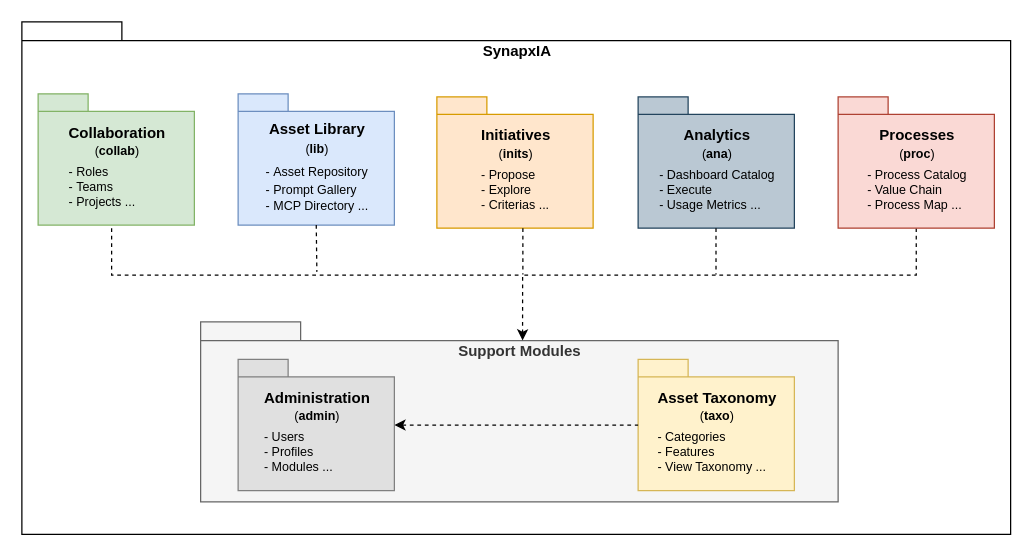
abc-flex/synapxia keeps this draw.io diagram as page "SynapxIA" (1 of 8) of docs/models.drawio. Above is the earlier version. Source tidied: cells renumbered, new cells numbered last; positions are measured from the earlier drawing's top-left corner, leaving out a move shared by most shapes. Both pictures are drawn from the tidied source at 125%, with x=0, y=0 at pixel (21, 21).
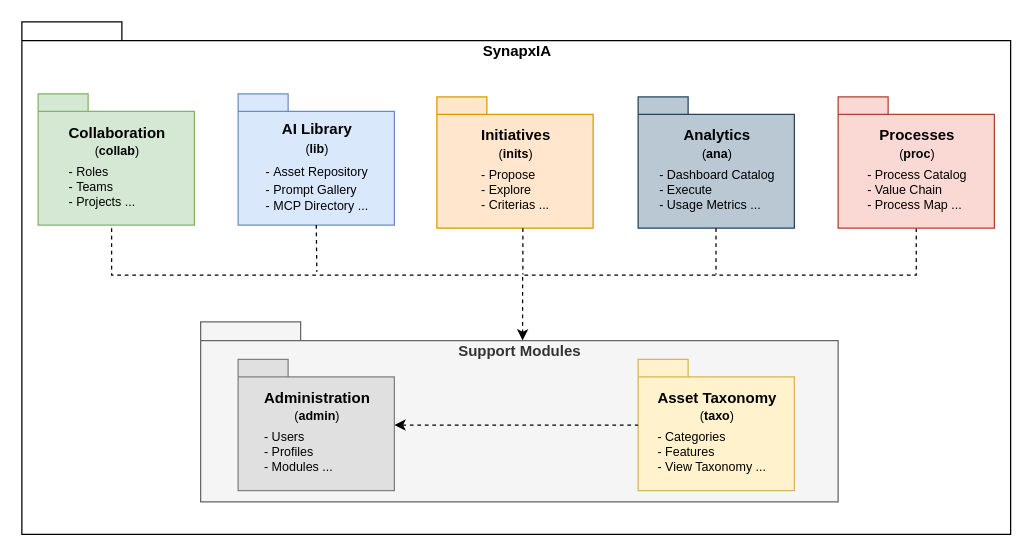
The same diagram, later.

What changed in the source:
```diff
@@
-    <mxCell id="5" value="Asset Library&lt;br&gt;&lt;font style=&quot;font-size: 10px;&quot;&gt;&lt;span style=&quot;font-weight: normal;&quot;&gt;(&lt;/span&gt;lib&lt;/font&gt;&lt;font style=&quot;&quot;&gt;&lt;span style=&quot;font-size: 10px; font-weight: 400;&quot;&gt;)&lt;/span&gt;&lt;br&gt;&lt;div style=&quot;font-size: 4px; text-align: left;&quot;&gt;&lt;span style=&quot;font-weight: 400;&quot;&gt;&lt;br&gt;&lt;/span&gt;&lt;/div&gt;&lt;div style=&quot;text-align: left;&quot;&gt;&lt;span style=&quot;font-size: 10px; font-weight: 400;&quot;&gt;-&amp;nbsp;&lt;/span&gt;&lt;span style=&quot;background-color: transparent; text-align: center; font-size: 10px; font-weight: 400;&quot;&gt;Asset Repository&lt;/span&gt;&lt;/div&gt;&lt;div style=&quot;text-align: left;&quot;&gt;&lt;span style=&quot;font-size: 10px; font-weight: 400;&quot;&gt;-&amp;nbsp;&lt;/span&gt;&lt;span style=&quot;background-color: transparent; text-align: center; font-size: 10px; font-weight: 400;&quot;&gt;Prompt Gallery&lt;/span&gt;&lt;/div&gt;&lt;div style=&quot;font-size: 10px; text-align: left;&quot;&gt;&lt;span style=&quot;font-weight: 400; background-color: transparent; color: light-dark(rgb(0, 0, 0), rgb(255, 255, 255));&quot;&gt;-&amp;nbsp;&lt;/span&gt;&lt;span style=&quot;font-weight: 400;&quot;&gt;MCP Directory&lt;/span&gt;&lt;span style=&quot;font-weight: 400; background-color: transparent; color: light-dark(rgb(0, 0, 0), rgb(255, 255, 255));&quot;&gt;&amp;nbsp;...&lt;/span&gt;&lt;/div&gt;&lt;/font&gt;" style="shape=folder;fontStyle=1;spacingTop=12;tabWidth=40;tabHeight=14;tabPosition=left;html=1;fillColor=#dae8fc;strokeColor=#6c8ebf;" parent="1" vertex="1">
+    <mxCell id="5" value="AI Library&lt;br&gt;&lt;font style=&quot;font-size: 10px;&quot;&gt;&lt;span style=&quot;font-weight: normal;&quot;&gt;(&lt;/span&gt;lib&lt;/font&gt;&lt;font style=&quot;&quot;&gt;&lt;span style=&quot;font-size: 10px; font-weight: 400;&quot;&gt;)&lt;/span&gt;&lt;br&gt;&lt;div style=&quot;font-size: 4px; text-align: left;&quot;&gt;&lt;span style=&quot;font-weight: 400;&quot;&gt;&lt;br&gt;&lt;/span&gt;&lt;/div&gt;&lt;div style=&quot;text-align: left;&quot;&gt;&lt;span style=&quot;font-size: 10px; font-weight: 400;&quot;&gt;-&amp;nbsp;&lt;/span&gt;&lt;span style=&quot;background-color: transparent; text-align: center; font-size: 10px; font-weight: 400;&quot;&gt;Asset Repository&lt;/span&gt;&lt;/div&gt;&lt;div style=&quot;text-align: left;&quot;&gt;&lt;span style=&quot;font-size: 10px; font-weight: 400;&quot;&gt;-&amp;nbsp;&lt;/span&gt;&lt;span style=&quot;background-color: transparent; text-align: center; font-size: 10px; font-weight: 400;&quot;&gt;Prompt Gallery&lt;/span&gt;&lt;/div&gt;&lt;div style=&quot;font-size: 10px; text-align: left;&quot;&gt;&lt;span style=&quot;font-weight: 400; background-color: transparent; color: light-dark(rgb(0, 0, 0), rgb(255, 255, 255));&quot;&gt;-&amp;nbsp;&lt;/span&gt;&lt;span style=&quot;font-weight: 400;&quot;&gt;MCP Directory&lt;/span&gt;&lt;span style=&quot;font-weight: 400; background-color: transparent; color: light-dark(rgb(0, 0, 0), rgb(255, 255, 255));&quot;&gt;&amp;nbsp;...&lt;/span&gt;&lt;/div&gt;&lt;/font&gt;" style="shape=folder;fontStyle=1;spacingTop=12;tabWidth=40;tabHeight=14;tabPosition=left;html=1;fillColor=#dae8fc;strokeColor=#6c8ebf;" parent="1" vertex="1">
       <mxGeometry x="173" y="57.5" width="125" height="105" as="geometry" />
     </mxCell>
```
